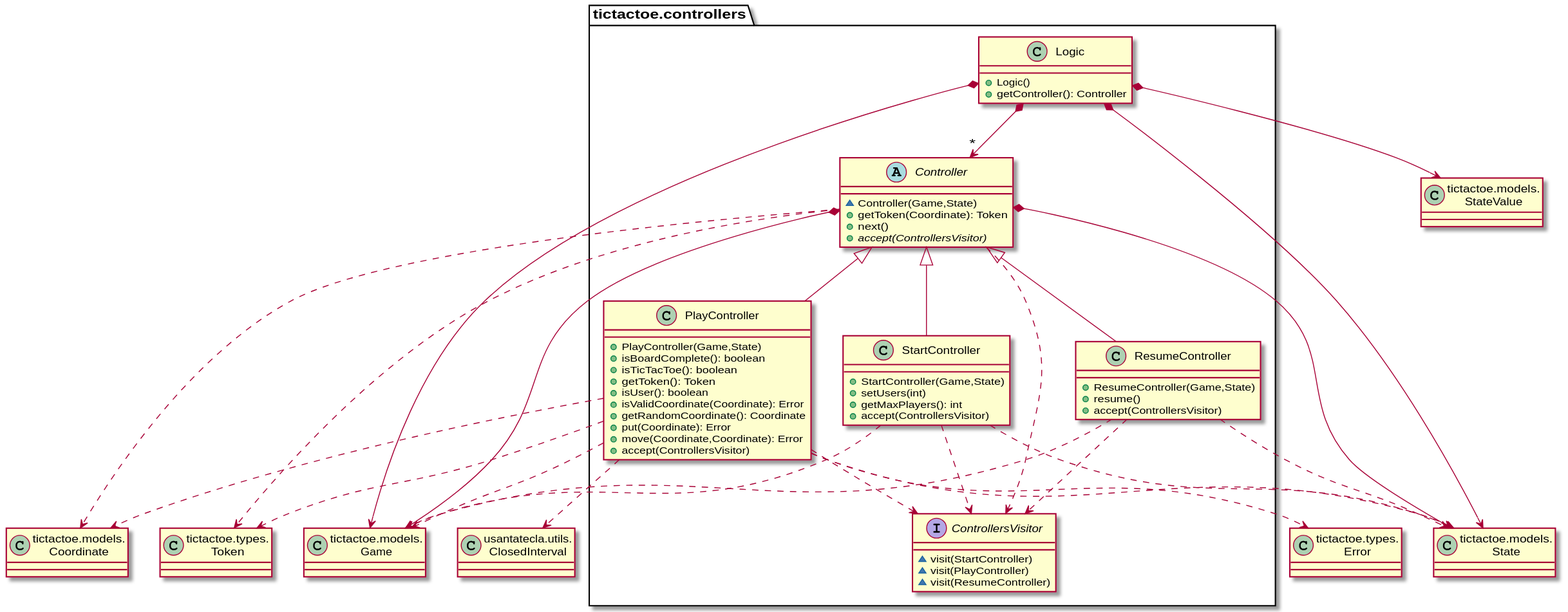
Before: modelViewPresenter/presentationModel/withComposite/docs/diagrams/out/paquetes/paqueteTicTacToeControllers.svg, a diagram exported from PlantUML (Jolucaa/USantaTecla-project-ticTacToe). Source of this version:
```plantuml
@startuml
class Game as "tictactoe.models.\nGame" {}
class Coordinate as "tictactoe.models.\nCoordinate" {}
class Error as "tictactoe.types.\nError" {}
class Token as "tictactoe.types.\nToken" {}
class State as "tictactoe.models.\nState" {}
class StateValue as "tictactoe.models.\nStateValue" {}
class ClosedInterval as "usantatecla.utils.\nClosedInterval" {}

abstract class tictactoe.controllers.Controller{
  ~ Controller(Game,State)
  + getToken(Coordinate): Token
  + next()
  + {abstract} accept(ControllersVisitor)
}
tictactoe.controllers.Controller *-down-> Game
tictactoe.controllers.Controller *-down-> State
tictactoe.controllers.Controller .down.> Coordinate
tictactoe.controllers.Controller .down.> Token
tictactoe.controllers.Controller .down.> tictactoe.controllers.ControllersVisitor

interface tictactoe.controllers.ControllersVisitor{
  ~ visit(StartController)
  ~ visit(PlayController)
  ~ visit(ResumeController)
}

class tictactoe.controllers.Logic{
  + Logic()
  + getController(): Controller
}

tictactoe.controllers.Logic *-down-> Game
tictactoe.controllers.Logic *-down-> State
tictactoe.controllers.Logic *-down-> StateValue
tictactoe.controllers.Logic *-down-> "*"tictactoe.controllers.Controller

class tictactoe.controllers.PlayController{
  + PlayController(Game,State)
  + isBoardComplete(): boolean
  + isTicTacToe(): boolean
  + getToken(): Token
  + isUser(): boolean
  + isValidCoordinate(Coordinate): Error
  + getRandomCoordinate(): Coordinate
  + put(Coordinate): Error
  + move(Coordinate,Coordinate): Error
  + accept(ControllersVisitor)
}
tictactoe.controllers.Controller <|-down- tictactoe.controllers.PlayController
tictactoe.controllers.PlayController .down.> Coordinate
tictactoe.controllers.PlayController .down.> Error
tictactoe.controllers.PlayController .down.> Game
tictactoe.controllers.PlayController .down.> Token
tictactoe.controllers.PlayController .down.> State
tictactoe.controllers.PlayController .down.> ClosedInterval
tictactoe.controllers.PlayController .down.> tictactoe.controllers.ControllersVisitor

class tictactoe.controllers.ResumeController{
  + ResumeController(Game,State)
  + resume()
  + accept(ControllersVisitor)
}
tictactoe.controllers.Controller <|-down- tictactoe.controllers.ResumeController
tictactoe.controllers.ResumeController .down.> Game
tictactoe.controllers.ResumeController .down.> State
tictactoe.controllers.ResumeController .down.> tictactoe.controllers.ControllersVisitor

class tictactoe.controllers.StartController{
  + StartController(Game,State)
  + setUsers(int)
  + getMaxPlayers(): int
  + accept(ControllersVisitor)
}
tictactoe.controllers.Controller <|-down- tictactoe.controllers.StartController
tictactoe.controllers.StartController .down.> Game
tictactoe.controllers.StartController .down.> State
tictactoe.controllers.StartController .down.> tictactoe.controllers.ControllersVisitor
@enduml
```
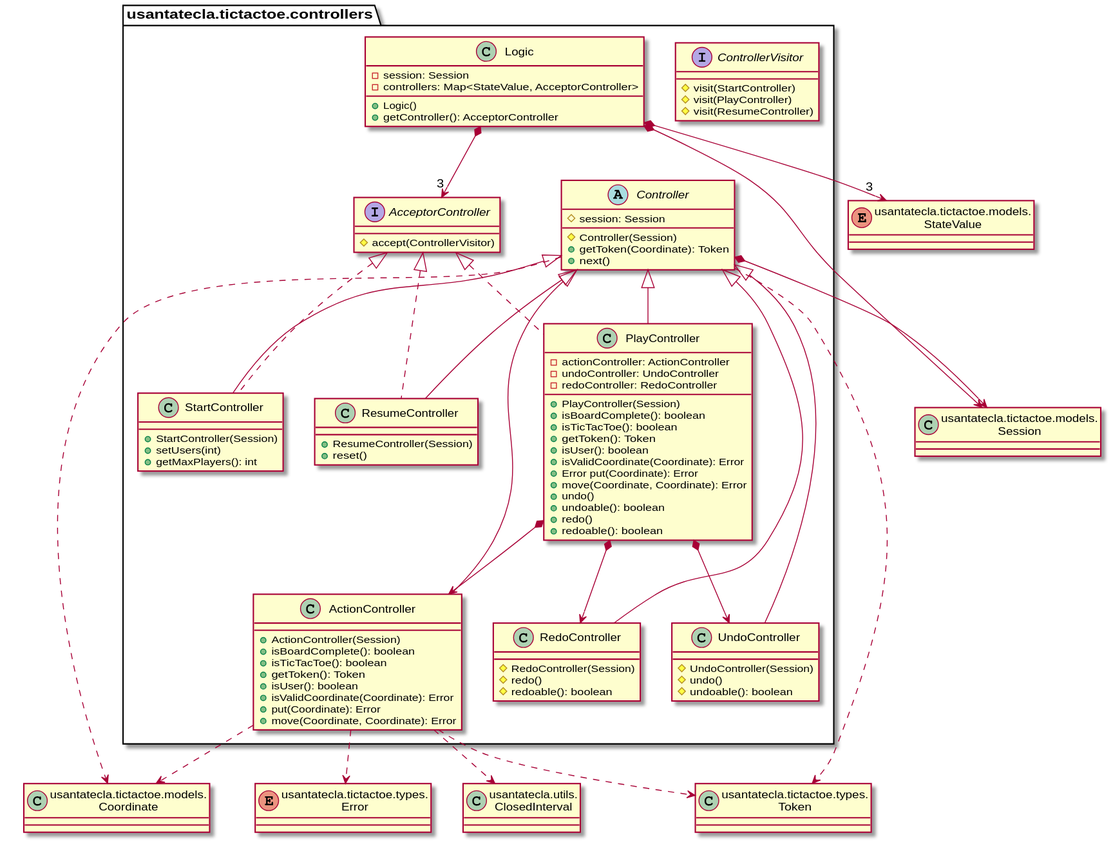
After the change.

The edit, as a diff of the source:
```diff
@@ -1,79 +1,137 @@
 @startuml
-class Game as "tictactoe.models.\nGame" {}
-class Coordinate as "tictactoe.models.\nCoordinate" {}
-class Error as "tictactoe.types.\nError" {}
-class Token as "tictactoe.types.\nToken" {}
-class State as "tictactoe.models.\nState" {}
-class StateValue as "tictactoe.models.\nStateValue" {}
-class ClosedInterval as "usantatecla.utils.\nClosedInterval" {}
+class Coordinate as "usantatecla.tictactoe.models.\nCoordinate"
+class Session as "usantatecla.tictactoe.models.\nSession"
+class Token as "usantatecla.tictactoe.types.\nToken"
+enum Error as "usantatecla.tictactoe.types.\nError"
+class ClosedInterval as "usantatecla.utils.\nClosedInterval"
+enum StateValue as "usantatecla.tictactoe.models.\nStateValue"
 
-abstract class tictactoe.controllers.Controller{
-  ~ Controller(Game,State)
-  + getToken(Coordinate): Token
-  + next()
-  + {abstract} accept(ControllersVisitor)
-}
-tictactoe.controllers.Controller *-down-> Game
-tictactoe.controllers.Controller *-down-> State
-tictactoe.controllers.Controller .down.> Coordinate
-tictactoe.controllers.Controller .down.> Token
-tictactoe.controllers.Controller .down.> tictactoe.controllers.ControllersVisitor
+abstract class usantatecla.tictactoe.controllers.Controller {
 
-interface tictactoe.controllers.ControllersVisitor{
-  ~ visit(StartController)
-  ~ visit(PlayController)
-  ~ visit(ResumeController)
+    # session: Session
+
+    # Controller(Session)
+    + getToken(Coordinate): Token
+    + next()
+
 }
 
-class tictactoe.controllers.Logic{
-  + Logic()
-  + getController(): Controller
+usantatecla.tictactoe.controllers.Controller *-down-> Session
+usantatecla.tictactoe.controllers.Controller .down.> Coordinate
+usantatecla.tictactoe.controllers.Controller .down.> Token
+
+class usantatecla.tictactoe.controllers.ActionController {
+
+    + ActionController(Session)
+    + isBoardComplete(): boolean
+    + isTicTacToe(): boolean
+    + getToken(): Token
+    + isUser(): boolean
+    + isValidCoordinate(Coordinate): Error
+    + put(Coordinate): Error
+    + move(Coordinate, Coordinate): Error
+
 }
 
-tictactoe.controllers.Logic *-down-> Game
-tictactoe.controllers.Logic *-down-> State
-tictactoe.controllers.Logic *-down-> StateValue
-tictactoe.controllers.Logic *-down-> "*"tictactoe.controllers.Controller
+usantatecla.tictactoe.controllers.Controller <|-down- usantatecla.tictactoe.controllers.ActionController
+usantatecla.tictactoe.controllers.ActionController .down.> Coordinate
+usantatecla.tictactoe.controllers.ActionController .down.> Error
+usantatecla.tictactoe.controllers.ActionController .down.> Token
+usantatecla.tictactoe.controllers.ActionController .down.> ClosedInterval
 
-class tictactoe.controllers.PlayController{
-  + PlayController(Game,State)
-  + isBoardComplete(): boolean
-  + isTicTacToe(): boolean
-  + getToken(): Token
-  + isUser(): boolean
-  + isValidCoordinate(Coordinate): Error
-  + getRandomCoordinate(): Coordinate
-  + put(Coordinate): Error
-  + move(Coordinate,Coordinate): Error
-  + accept(ControllersVisitor)
+class usantatecla.tictactoe.controllers.RedoController {
+
+    # RedoController(Session)
+    # redo()
+    # redoable(): boolean
+
 }
-tictactoe.controllers.Controller <|-down- tictactoe.controllers.PlayController
-tictactoe.controllers.PlayController .down.> Coordinate
-tictactoe.controllers.PlayController .down.> Error
-tictactoe.controllers.PlayController .down.> Game
-tictactoe.controllers.PlayController .down.> Token
-tictactoe.controllers.PlayController .down.> State
-tictactoe.controllers.PlayController .down.> ClosedInterval
-tictactoe.controllers.PlayController .down.> tictactoe.controllers.ControllersVisitor
 
-class tictactoe.controllers.ResumeController{
-  + ResumeController(Game,State)
-  + resume()
-  + accept(ControllersVisitor)
+usantatecla.tictactoe.controllers.Controller <|-down- usantatecla.tictactoe.controllers.RedoController
+
+class usantatecla.tictactoe.controllers.UndoController {
+
+    #UndoController(Session)
+    # undo()
+    # undoable(): boolean
+
 }
-tictactoe.controllers.Controller <|-down- tictactoe.controllers.ResumeController
-tictactoe.controllers.ResumeController .down.> Game
-tictactoe.controllers.ResumeController .down.> State
-tictactoe.controllers.ResumeController .down.> tictactoe.controllers.ControllersVisitor
 
-class tictactoe.controllers.StartController{
-  + StartController(Game,State)
-  + setUsers(int)
-  + getMaxPlayers(): int
-  + accept(ControllersVisitor)
+usantatecla.tictactoe.controllers.Controller <|-down- usantatecla.tictactoe.controllers.UndoController
+
+interface usantatecla.tictactoe.controllers.AcceptorController {
+
+    # accept(ControllerVisitor)
+
 }
-tictactoe.controllers.Controller <|-down- tictactoe.controllers.StartController
-tictactoe.controllers.StartController .down.> Game
-tictactoe.controllers.StartController .down.> State
-tictactoe.controllers.StartController .down.> tictactoe.controllers.ControllersVisitor
+
+interface usantatecla.tictactoe.controllers.ControllerVisitor {
+
+    # visit(StartController)
+    # visit(PlayController)
+    # visit(ResumeController)
+
+}
+
+class usantatecla.tictactoe.controllers.PlayController {
+
+    - actionController: ActionController
+    - undoController: UndoController
+    - redoController: RedoController
+
+    + PlayController(Session)
+    + isBoardComplete(): boolean
+    + isTicTacToe(): boolean
+    + getToken(): Token
+    + isUser(): boolean
+    + isValidCoordinate(Coordinate): Error
+    + Error put(Coordinate): Error
+    + move(Coordinate, Coordinate): Error
+    + undo()
+    + undoable(): boolean
+    + redo()
+    + redoable(): boolean
+
+}
+
+usantatecla.tictactoe.controllers.Controller <|-down- usantatecla.tictactoe.controllers.PlayController
+usantatecla.tictactoe.controllers.AcceptorController <|.down. usantatecla.tictactoe.controllers.PlayController
+usantatecla.tictactoe.controllers.PlayController *-down-> usantatecla.tictactoe.controllers.ActionController
+usantatecla.tictactoe.controllers.PlayController *-down-> usantatecla.tictactoe.controllers.UndoController
+usantatecla.tictactoe.controllers.PlayController *-down-> usantatecla.tictactoe.controllers.RedoController
+
+class usantatecla.tictactoe.controllers.StartController {
+
+    + StartController(Session)
+    + setUsers(int)
+    + getMaxPlayers(): int
+
+}
+
+usantatecla.tictactoe.controllers.Controller <|-down- usantatecla.tictactoe.controllers.StartController
+usantatecla.tictactoe.controllers.AcceptorController <|.down. usantatecla.tictactoe.controllers.StartController
+
+class usantatecla.tictactoe.controllers.ResumeController {
+
+    + ResumeController(Session)
+    + reset()
+
+}
+
+usantatecla.tictactoe.controllers.Controller <|-down- usantatecla.tictactoe.controllers.ResumeController
+usantatecla.tictactoe.controllers.AcceptorController <|.down. usantatecla.tictactoe.controllers.ResumeController
+
+class usantatecla.tictactoe.controllers.Logic {
+
+    - session: Session
+    - controllers: Map<StateValue, AcceptorController>
+
+    + Logic()
+    + getController(): AcceptorController
+
+}
+
+usantatecla.tictactoe.controllers.Logic *-down-> Session
+usantatecla.tictactoe.controllers.Logic *-down-> "3" usantatecla.tictactoe.controllers.AcceptorController
+usantatecla.tictactoe.controllers.Logic *-down-> "3" StateValue
 @enduml
```
